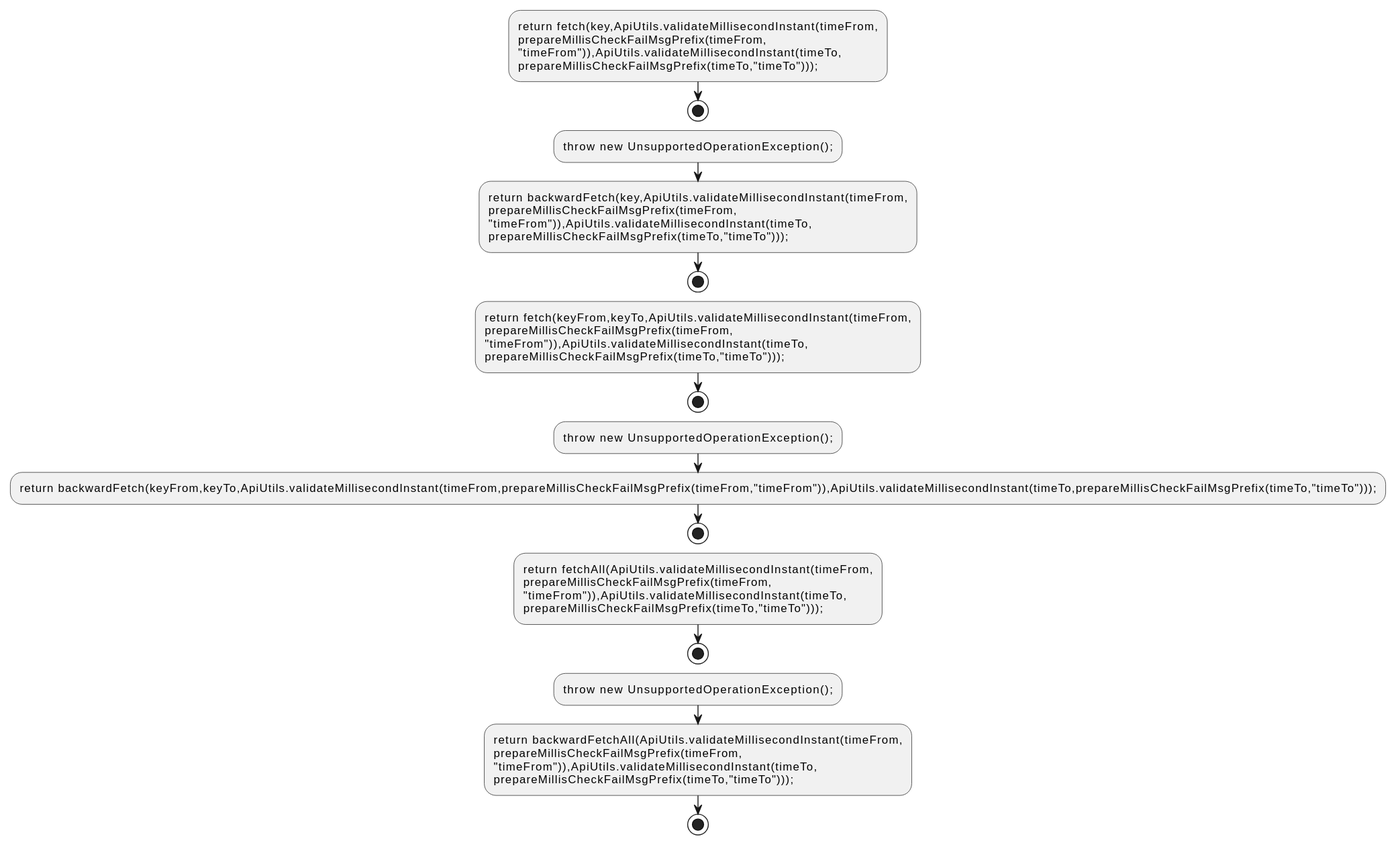
Above: docs/qc/streams/src/main/java/org/apache/kafka/streams/state/WindowStore.java.fct.svg in qualitesys/kafka (PlantUML), before the change.
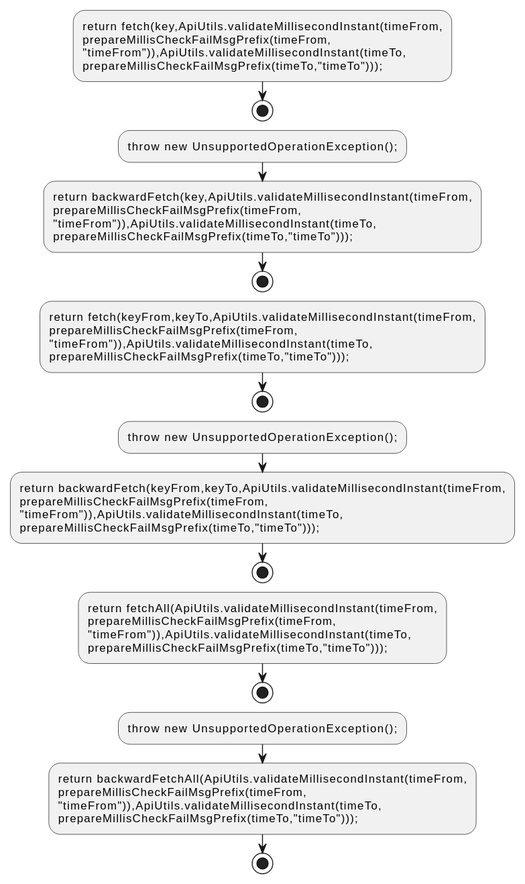
The same diagram one commit later.

Change to the diagram source:
```diff
@@ -17,7 +17,10 @@
 prepareMillisCheckFailMsgPrefix(timeTo,"timeTo")));;
 stop
 :throw new UnsupportedOperationException();;
-:return backwardFetch(keyFrom,keyTo,ApiUtils.validateMillisecondInstant(timeFrom,prepareMillisCheckFailMsgPrefix(timeFrom,"timeFrom")),ApiUtils.validateMillisecondInstant(timeTo,prepareMillisCheckFailMsgPrefix(timeTo,"timeTo")));;
+:return backwardFetch(keyFrom,keyTo,ApiUtils.validateMillisecondInstant(timeFrom,
+prepareMillisCheckFailMsgPrefix(timeFrom,
+"timeFrom")),ApiUtils.validateMillisecondInstant(timeTo,
+prepareMillisCheckFailMsgPrefix(timeTo,"timeTo")));;
 stop
 :return fetchAll(ApiUtils.validateMillisecondInstant(timeFrom,
 prepareMillisCheckFailMsgPrefix(timeFrom,
```
